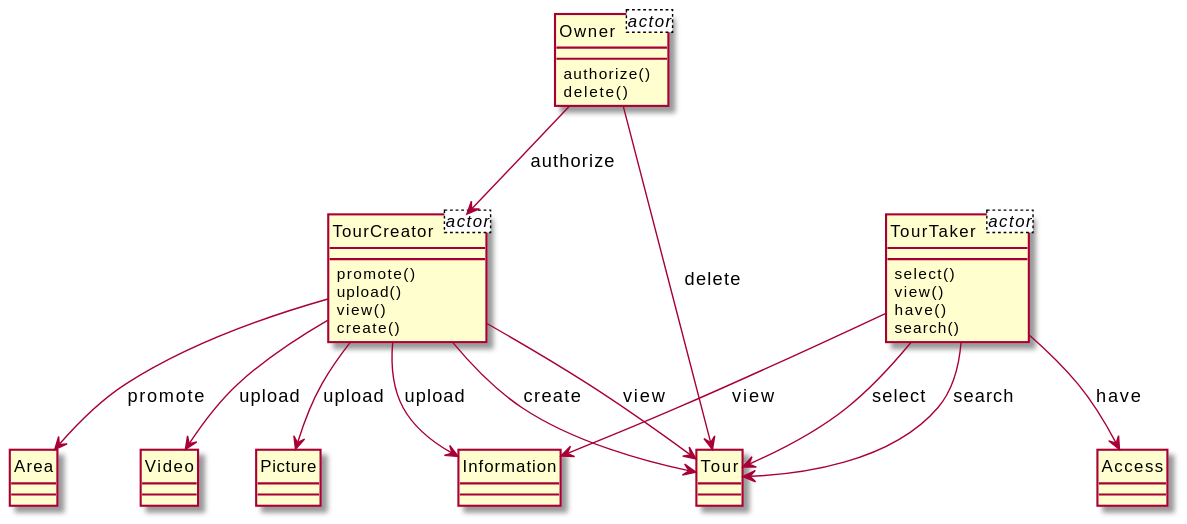
Earlier version of the PlantUML export output/diagram_5/2015-USC-Project05.svg (xixixhalu/DomainModelExtractor). The source it was exported from:
```plantuml
@startuml
hide circle
class TourCreator<actor> {
}
class Owner<actor> {
}
class TourTaker<actor> {
}
class TourCreator {
	promote()
	upload()
	view()
	create()
}
class Area {
}
class TourTaker {
	select()
	view()
	have()
	search()
}
class Tour {
}
class Video {
}
class Access {
}
class Information {
}
class Owner {
	authorize()
	delete()
}
class Picture {
}
TourCreator --> Video : upload
TourCreator --> Area : promote
TourCreator --> Tour : create
TourTaker --> Information : view
TourCreator --> Picture : upload
TourTaker --> Access : have
Owner --> TourCreator : authorize
TourTaker --> Tour : select
Owner --> Tour : delete
TourCreator --> Tour : view
TourCreator --> Information : upload
TourTaker --> Tour : search
@enduml
```
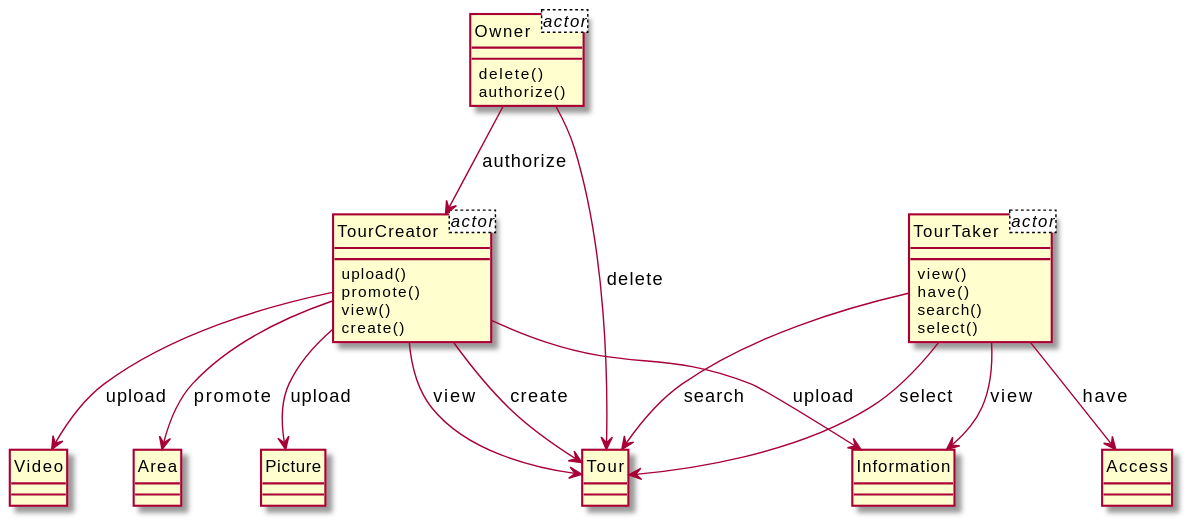
The same file after the commit.

Change to the diagram source:
```diff
@@ -7,43 +7,43 @@
 class TourTaker<actor> {
 }
 class TourCreator {
+	upload()
 	promote()
-	upload()
 	view()
 	create()
 }
 class Area {
 }
+class Video {
+}
+class Tour {
+}
+class Information {
+}
 class TourTaker {
-	select()
 	view()
 	have()
 	search()
-}
-class Tour {
-}
-class Video {
+	select()
 }
 class Access {
 }
-class Information {
-}
 class Owner {
+	delete()
 	authorize()
-	delete()
 }
 class Picture {
 }
-TourCreator --> Video : upload
+TourTaker --> Tour : search
 TourCreator --> Area : promote
 TourCreator --> Tour : create
+TourTaker --> Access : have
+TourCreator --> Information : upload
+TourCreator --> Picture : upload
+TourCreator --> Video : upload
+TourTaker --> Tour : select
+Owner --> TourCreator : authorize
 TourTaker --> Information : view
-TourCreator --> Picture : upload
-TourTaker --> Access : have
-Owner --> TourCreator : authorize
-TourTaker --> Tour : select
+TourCreator --> Tour : view
 Owner --> Tour : delete
-TourCreator --> Tour : view
-TourCreator --> Information : upload
-TourTaker --> Tour : search
 @enduml
```
